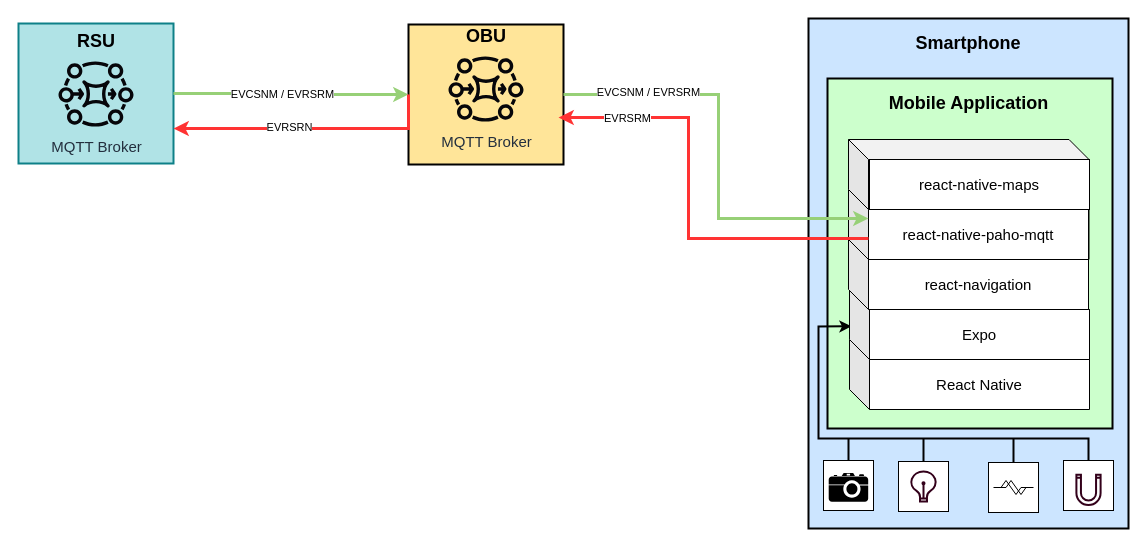
This is assets/ev_arch.drawio from bearkillerPT/Dissertation, a draw.io file, before an edit. Source tidied: cells renumbered, new cells numbered last; positions are measured from the earlier drawing's top-left corner, leaving out a move shared by most shapes. Both pictures are drawn from the tidied source at 100%, with x=0, y=0 at pixel (18, 18).
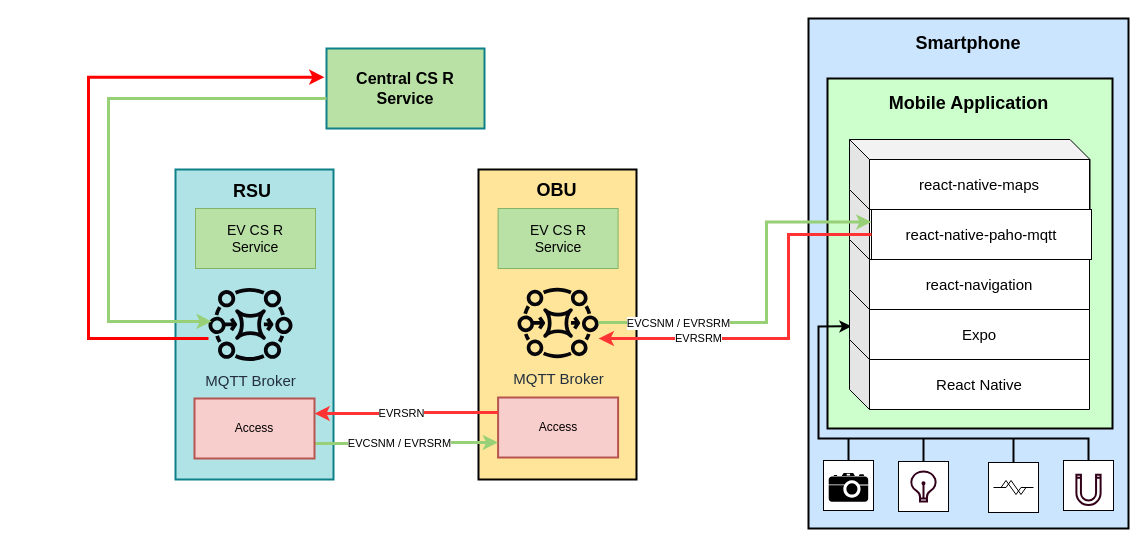
The same diagram, later.

Commit message (it also covers changes not shown here):
updated itss_arch

The change refers to these unchanged cells:
```xml
<mxCell id="7" style="group;" parent="1" vertex="1">
  <mxGeometry x="790" width="320" height="510" as="geometry" />
</mxCell>
```

Change to the diagram source:
```diff
@@
-    <mxCell id="2" style="group;" parent="1" vertex="1">
-      <mxGeometry x="70" y="5" width="155" height="140" as="geometry" />
-    </mxCell>
-    <mxCell id="3" style="group;fillColor=#647687;fontColor=#ffffff;strokeColor=#314354;" parent="2" vertex="1">
-      <mxGeometry x="-70" width="155" height="140" as="geometry" />
-    </mxCell>
-    <mxCell id="4" style="rounded=0;whiteSpace=wrap;html=1;strokeWidth=2;fillColor=#b0e3e6;strokeColor=#0e8088;" parent="3" vertex="1">
-      <mxGeometry width="155" height="140" as="geometry" />
-    </mxCell>
-    <mxCell id="5" value="&lt;b&gt;&lt;font style=&quot;font-size: 18px;&quot;&gt;RSU&lt;/font&gt;&lt;/b&gt;" style="text;html=1;strokeColor=none;fillColor=none;align=center;verticalAlign=middle;whiteSpace=wrap;rounded=0;" parent="3" vertex="1">
-      <mxGeometry x="20.5" y="2.5" width="114" height="30" as="geometry" />
-    </mxCell>
-    <mxCell id="6" value="&lt;font style=&quot;font-size: 15px;&quot;&gt;MQTT Broker&lt;/font&gt;" style="sketch=0;outlineConnect=0;fontColor=#232F3E;gradientColor=none;fillColor=#06060A;strokeColor=none;dashed=0;verticalLabelPosition=bottom;verticalAlign=top;align=center;html=1;fontSize=12;fontStyle=0;shape=mxgraph.aws4.mq_broker;labelBackgroundColor=none;labelBorderColor=none;strokeWidth=4;" parent="3" vertex="1">
-      <mxGeometry x="40" y="32.5" width="75" height="75" as="geometry" />
-    </mxCell>
@@
     <mxCell id="28" value="&lt;font style=&quot;font-size: 15px;&quot;&gt;react-navigation&lt;/font&gt;" style="shape=cube;whiteSpace=wrap;html=1;boundedLbl=1;backgroundOutline=1;darkOpacity=0.05;darkOpacity2=0.1;" parent="7" vertex="1">
-      <mxGeometry x="40" y="221" width="240" height="70" as="geometry" />
+      <mxGeometry x="41" y="221" width="240" height="70" as="geometry" />
     </mxCell>
     <mxCell id="29" style="shape=cube;whiteSpace=wrap;html=1;boundedLbl=1;backgroundOutline=1;darkOpacity=0.05;darkOpacity2=0.1;" parent="7" vertex="1">
-      <mxGeometry x="40" y="171" width="240.5" height="70" as="geometry" />
+      <mxGeometry x="41" y="171" width="240.5" height="70" as="geometry" />
     </mxCell>
     <mxCell id="30" value="&lt;font style=&quot;font-size: 15px;&quot;&gt;react-native-paho-mqtt&lt;/font&gt;" style="rounded=0;whiteSpace=wrap;html=1;" parent="7" vertex="1">
-      <mxGeometry x="60" y="191" width="220" height="50" as="geometry" />
+      <mxGeometry x="63" y="191" width="220" height="50" as="geometry" />
     </mxCell>
     <mxCell id="31" style="shape=cube;whiteSpace=wrap;html=1;boundedLbl=1;backgroundOutline=1;darkOpacity=0.05;darkOpacity2=0.1;" parent="7" vertex="1">
-      <mxGeometry x="40" y="121" width="240.5" height="70" as="geometry" />
+      <mxGeometry x="41" y="121" width="240.5" height="70" as="geometry" />
     </mxCell>
@@
-    <mxCell id="33" style="group;" parent="1" vertex="1">
-      <mxGeometry x="390" width="155" height="140" as="geometry" />
-    </mxCell>
+    <mxCell id="44" style="group;" parent="1" vertex="1">
+      <mxGeometry x="460" y="151" width="172.9" height="310" as="geometry" />
+    </mxCell>
-    <mxCell id="34" style="rounded=0;whiteSpace=wrap;html=1;fillColor=#FFE599;strokeWidth=2;" parent="33" vertex="1">
-      <mxGeometry y="6" width="155" height="140" as="geometry" />
+    <mxCell id="34" style="rounded=0;whiteSpace=wrap;html=1;fillColor=#FFE599;strokeWidth=2;rotation=0;" parent="44" vertex="1">
+      <mxGeometry width="158" height="310" as="geometry" />
     </mxCell>
+    <mxCell id="36" value="&lt;font style=&quot;font-size: 15px;&quot;&gt;MQTT Broker&lt;/font&gt;" style="sketch=0;outlineConnect=0;fontColor=#232F3E;gradientColor=none;fillColor=#06060A;strokeColor=none;dashed=0;verticalLabelPosition=bottom;verticalAlign=top;align=center;html=1;fontSize=12;fontStyle=0;shape=mxgraph.aws4.mq_broker;labelBackgroundColor=none;labelBorderColor=none;strokeWidth=4;" parent="44" vertex="1">
+      <mxGeometry x="39" y="112.4" width="81.1" height="81.1" as="geometry" />
+    </mxCell>
+    <mxCell id="45" value="&lt;font style=&quot;font-size: 14px;&quot;&gt;EV CS R&lt;br&gt;Service&lt;/font&gt;" style="rounded=0;whiteSpace=wrap;html=1;fillColor=#B9E0A5;strokeColor=#82b366;" parent="44" vertex="1">
+      <mxGeometry x="19.6" y="39" width="120" height="60" as="geometry" />
+    </mxCell>
+    <mxCell id="46" value="Access" style="rounded=0;whiteSpace=wrap;html=1;strokeColor=#b85450;strokeWidth=2;fontFamily=Helvetica;fontSize=12;fillColor=#f8cecc;" parent="44" vertex="1">
+      <mxGeometry x="19.6" y="228" width="120" height="60" as="geometry" />
+    </mxCell>
-    <mxCell id="35" value="&lt;b&gt;&lt;font style=&quot;font-size: 18px;&quot;&gt;OBU&lt;/font&gt;&lt;/b&gt;" style="text;html=1;strokeColor=none;fillColor=none;align=center;verticalAlign=middle;whiteSpace=wrap;rounded=0;" parent="33" vertex="1">
-      <mxGeometry x="20.5" y="2.5" width="114" height="30" as="geometry" />
+    <mxCell id="35" value="&lt;b&gt;&lt;font style=&quot;font-size: 18px;&quot;&gt;OBU&lt;/font&gt;&lt;/b&gt;" style="text;html=1;strokeColor=none;fillColor=none;align=center;verticalAlign=middle;whiteSpace=wrap;rounded=0;" parent="44" vertex="1">
+      <mxGeometry x="2.3" y="-3" width="153.3" height="47.5" as="geometry" />
     </mxCell>
-    <mxCell id="36" value="&lt;font style=&quot;font-size: 15px;&quot;&gt;MQTT Broker&lt;/font&gt;" style="sketch=0;outlineConnect=0;fontColor=#232F3E;gradientColor=none;fillColor=#06060A;strokeColor=none;dashed=0;verticalLabelPosition=bottom;verticalAlign=top;align=center;html=1;fontSize=12;fontStyle=0;shape=mxgraph.aws4.mq_broker;labelBackgroundColor=none;labelBorderColor=none;strokeWidth=4;" parent="33" vertex="1">
-      <mxGeometry x="40" y="32.5" width="75" height="75" as="geometry" />
-    </mxCell>
+    <mxCell id="43" value="&lt;div style=&quot;&quot;&gt;EVRSRM&lt;/div&gt;" style="edgeStyle=orthogonalEdgeStyle;rounded=0;jettySize=auto;html=1;strokeColor=#FF3333;strokeWidth=3;align=center;exitX=0;exitY=0.5;exitDx=0;exitDy=0;" parent="1" edge="1" source="30" target="36">
+      <mxGeometry x="0.47" relative="1" as="geometry">
+        <Array as="points">
+          <mxPoint x="770" y="216" />
+          <mxPoint x="770" y="320" />
+        </Array>
+      </mxGeometry>
+    </mxCell>
+    <mxCell id="47" value="&lt;font style=&quot;font-size: 16px;&quot;&gt;&lt;b&gt;Central CS R &lt;br&gt;Service&lt;/b&gt;&lt;/font&gt;" style="rounded=0;whiteSpace=wrap;html=1;strokeColor=#0e8088;strokeWidth=2;fontFamily=Helvetica;fontSize=12;fontColor=default;fillColor=#B9E0A5;rotation=0;" parent="1" vertex="1">
+      <mxGeometry x="308" y="30" width="158" height="80" as="geometry" />
+    </mxCell>
+    <mxCell id="39" style="edgeStyle=orthogonalEdgeStyle;rounded=0;jettySize=auto;html=1;strokeColor=#97D077;strokeWidth=3;entryX=0;entryY=0.25;entryDx=0;entryDy=0;" parent="1" edge="1" source="36" target="30">
+      <mxGeometry relative="1" as="geometry">
+        <Array as="points">
+          <mxPoint x="748" y="304" />
+          <mxPoint x="748" y="203" />
+        </Array>
+      </mxGeometry>
+    </mxCell>
+    <mxCell id="40" value="EVCSNM / EVRSRM" style="edgeLabel;html=1;align=center;verticalAlign=middle;" parent="39" vertex="1">
+      <mxGeometry x="-0.61" y="3" relative="1" as="geometry">
+        <mxPoint x="6" y="3" as="offset" />
+      </mxGeometry>
+    </mxCell>
+    <mxCell id="3" style="group;fillColor=#647687;fontColor=#ffffff;strokeColor=#314354;" parent="1" vertex="1">
+      <mxGeometry x="157" y="240" width="141" height="140" as="geometry" />
+    </mxCell>
+    <mxCell id="4" style="rounded=0;whiteSpace=wrap;html=1;strokeWidth=2;fillColor=#b0e3e6;strokeColor=#0e8088;rotation=0;" parent="1" vertex="1">
+      <mxGeometry x="157" y="151" width="158" height="310" as="geometry" />
+    </mxCell>
-    <mxCell id="37" style="edgeStyle=orthogonalEdgeStyle;rounded=0;jettySize=auto;html=1;entryX=0;entryY=0.5;entryDx=0;entryDy=0;strokeColor=#97D077;strokeWidth=3;" parent="1" edge="1" source="4" target="34">
+    <mxCell id="37" style="edgeStyle=orthogonalEdgeStyle;rounded=0;jettySize=auto;html=1;entryX=0;entryY=0.75;entryDx=0;entryDy=0;strokeColor=#97D077;strokeWidth=3;exitX=1;exitY=0.75;exitDx=0;exitDy=0;" parent="1" edge="1" source="50" target="46">
       <mxGeometry relative="1" as="geometry" />
     </mxCell>
     <mxCell id="38" value="EVCSNM / EVRSRM" style="edgeLabel;html=1;align=center;verticalAlign=middle;" parent="37" vertex="1">
       <mxGeometry x="-0.34" y="-1" relative="1" as="geometry">
-        <mxPoint x="30" y="-1" as="offset" />
+        <mxPoint x="23" y="-2" as="offset" />
       </mxGeometry>
     </mxCell>
-    <mxCell id="39" style="edgeStyle=orthogonalEdgeStyle;rounded=0;jettySize=auto;html=1;exitX=1;exitY=0.5;exitDx=0;exitDy=0;strokeColor=#97D077;strokeWidth=3;" parent="1" edge="1" source="34" target="30">
-      <mxGeometry relative="1" as="geometry">
-        <Array as="points">
-          <mxPoint x="700" y="76" />
-          <mxPoint x="700" y="200" />
-        </Array>
-      </mxGeometry>
-    </mxCell>
-    <mxCell id="40" value="EVCSNM / EVRSRM" style="edgeLabel;html=1;align=center;verticalAlign=middle;" parent="39" vertex="1">
-      <mxGeometry x="-0.61" y="3" relative="1" as="geometry" />
-    </mxCell>
+    <mxCell id="5" value="&lt;b&gt;&lt;font style=&quot;font-size: 18px;&quot;&gt;RSU&lt;/font&gt;&lt;/b&gt;" style="text;html=1;strokeColor=none;fillColor=none;align=center;verticalAlign=middle;whiteSpace=wrap;rounded=0;" parent="1" vertex="1">
+      <mxGeometry x="177" y="158" width="114" height="30" as="geometry" />
+    </mxCell>
-    <mxCell id="41" style="edgeStyle=orthogonalEdgeStyle;rounded=0;jettySize=auto;html=1;exitX=0;exitY=0.5;exitDx=0;exitDy=0;strokeColor=#FF3333;strokeWidth=3;" parent="1" edge="1" source="34" target="4">
-      <mxGeometry relative="1" as="geometry">
-        <Array as="points">
-          <mxPoint x="390" y="110" />
-        </Array>
-      </mxGeometry>
+    <mxCell id="41" style="edgeStyle=orthogonalEdgeStyle;rounded=0;jettySize=auto;html=1;strokeColor=#FF3333;strokeWidth=3;exitX=0;exitY=0.25;exitDx=0;exitDy=0;entryX=1;entryY=0.25;entryDx=0;entryDy=0;" parent="1" edge="1" source="46" target="50">
+      <mxGeometry relative="1" as="geometry" />
     </mxCell>
     <mxCell id="42" value="EVRSRN" style="edgeLabel;html=1;align=center;verticalAlign=middle;" parent="41" vertex="1">
       <mxGeometry x="0.34" y="-2" relative="1" as="geometry">
-        <mxPoint x="26" as="offset" />
+        <mxPoint x="26" y="1" as="offset" />
       </mxGeometry>
     </mxCell>
-    <mxCell id="43" value="&lt;div style=&quot;&quot;&gt;EVRSRM&lt;/div&gt;" style="edgeStyle=orthogonalEdgeStyle;rounded=0;orthogonalLoop=1;jettySize=auto;html=1;strokeColor=#FF3333;strokeWidth=3;align=center;" parent="1" edge="1">
-      <mxGeometry x="0.68" y="1" relative="1" as="geometry">
-        <mxPoint x="850" y="220" as="sourcePoint" />
-        <mxPoint x="540" y="99" as="targetPoint" />
-        <Array as="points">
-          <mxPoint x="670" y="220" />
-          <mxPoint x="670" y="99" />
-        </Array>
-      </mxGeometry>
-    </mxCell>
+    <mxCell id="48" style="edgeStyle=orthogonalEdgeStyle;rounded=0;jettySize=auto;html=1;entryX=-0.013;entryY=0.359;entryDx=0;entryDy=0;fontFamily=Helvetica;fontSize=12;fontColor=default;entryPerimeter=0;strokeColor=#FF0000;strokeWidth=3;" parent="1" edge="1" source="6" target="47">
+      <mxGeometry relative="1" as="geometry">
+        <Array as="points">
+          <mxPoint x="70" y="320" />
+          <mxPoint x="70" y="59" />
+        </Array>
+      </mxGeometry>
+    </mxCell>
+    <mxCell id="6" value="&lt;font style=&quot;font-size: 15px;&quot;&gt;MQTT Broker&lt;/font&gt;" style="sketch=0;outlineConnect=0;fontColor=#232F3E;gradientColor=none;fillColor=#06060A;strokeColor=none;dashed=0;verticalLabelPosition=bottom;verticalAlign=top;align=center;html=1;fontSize=12;fontStyle=0;shape=mxgraph.aws4.mq_broker;labelBackgroundColor=none;labelBorderColor=none;strokeWidth=4;" parent="1" vertex="1">
+      <mxGeometry x="190" y="263.4" width="84" height="84" as="geometry" />
+    </mxCell>
+    <mxCell id="49" value="&lt;font style=&quot;font-size: 14px;&quot;&gt;EV CS R&lt;br&gt;Service&lt;/font&gt;" style="rounded=0;whiteSpace=wrap;html=1;fillColor=#B9E0A5;strokeColor=#82b366;" parent="1" vertex="1">
+      <mxGeometry x="177" y="190" width="120" height="60" as="geometry" />
+    </mxCell>
+    <mxCell id="50" value="Access" style="rounded=0;whiteSpace=wrap;html=1;strokeColor=#b85450;strokeWidth=2;fontFamily=Helvetica;fontSize=12;fillColor=#f8cecc;" parent="1" vertex="1">
+      <mxGeometry x="176" y="380" width="120" height="60" as="geometry" />
+    </mxCell>
+    <mxCell id="51" style="edgeStyle=orthogonalEdgeStyle;rounded=0;jettySize=auto;html=1;entryX=0.038;entryY=0.466;entryDx=0;entryDy=0;entryPerimeter=0;fontFamily=Helvetica;fontSize=12;fontColor=default;strokeColor=#97D077;strokeWidth=3;" parent="1" edge="1" source="47" target="6">
+      <mxGeometry relative="1" as="geometry">
+        <Array as="points">
+          <mxPoint x="90" y="80" />
+          <mxPoint x="90" y="303" />
+        </Array>
+      </mxGeometry>
+    </mxCell>
```
